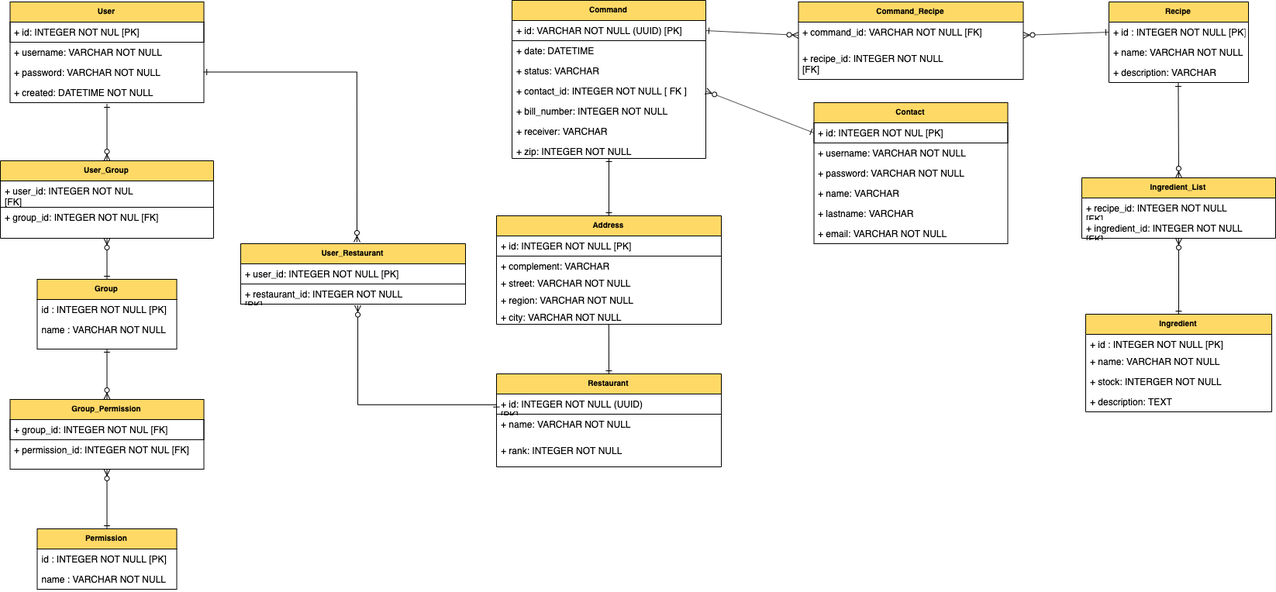
The draw.io diagram docs/physical data model/physical data model pizzeria.png in ritchy7/cosotespi, before a commit. Source tidied: cells renumbered, new cells last; positions are measured from the earlier drawing's top-left corner, leaving out a move shared by most shapes.
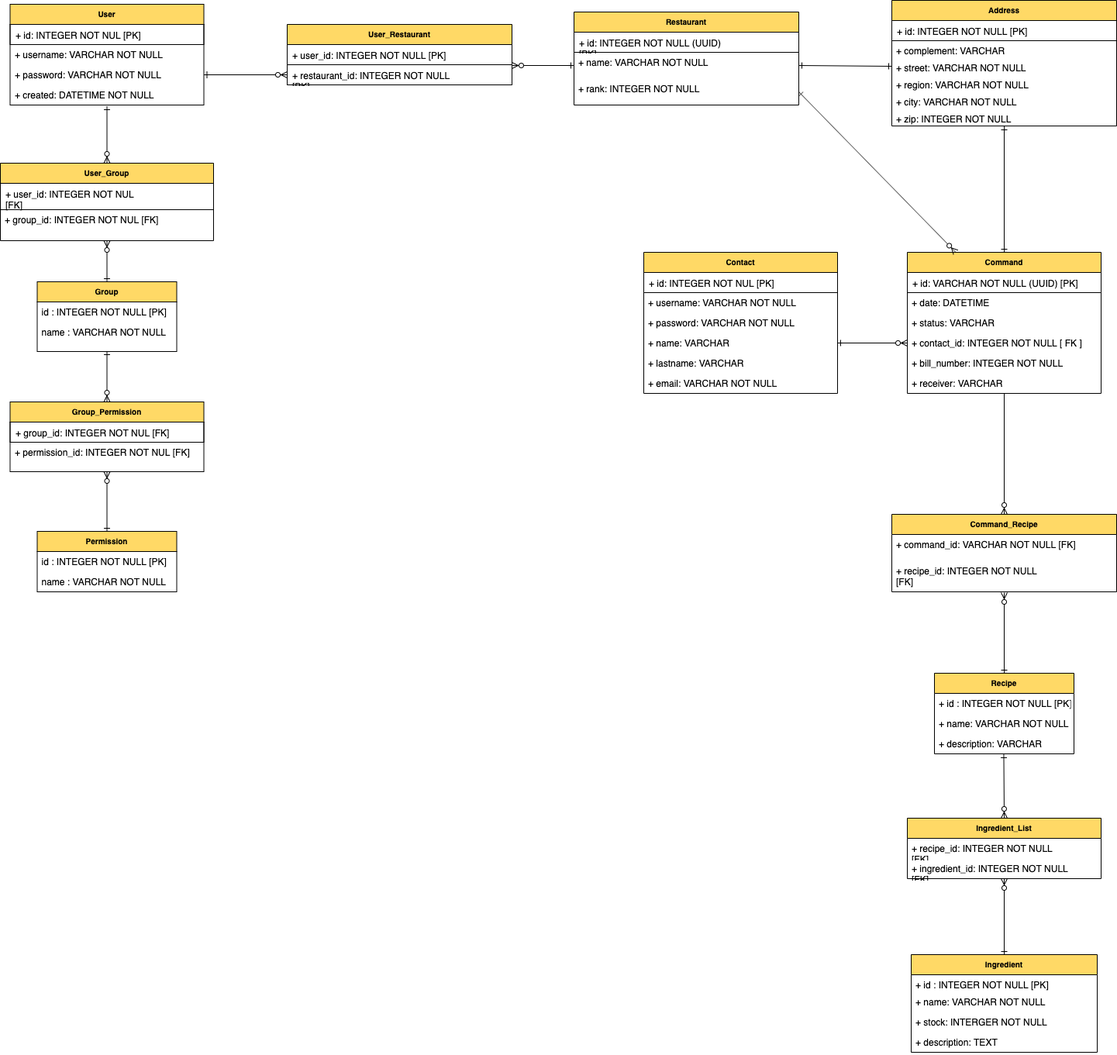
The same diagram one commit later.

The edit, as a diff of the source:
```diff
@@ -20,10 +20,10 @@
     <mxCell id="7" style="edgeStyle=none;rounded=0;jettySize=auto;html=1;startArrow=ERone;startFill=0;endArrow=ERzeroToMany;endFill=1;" parent="1" edge="1" source="10" target="15">
       <mxGeometry relative="1" as="geometry" />
     </mxCell>
-    <mxCell id="8" style="edgeStyle=none;rounded=0;jettySize=auto;html=1;entryX=1;entryY=0.5;entryDx=0;entryDy=0;startArrow=ERone;startFill=0;endArrow=ERzeroToMany;endFill=1;exitX=0;exitY=0.5;exitDx=0;exitDy=0;" parent="1" edge="1" source="38" target="35">
+    <mxCell id="8" style="edgeStyle=none;rounded=0;jettySize=auto;html=1;entryX=0.5;entryY=1.025;entryDx=0;entryDy=0;startArrow=ERone;startFill=0;endArrow=ERzeroToMany;endFill=1;exitX=0.5;exitY=0;exitDx=0;exitDy=0;entryPerimeter=0;" parent="1" edge="1" source="37" target="36">
       <mxGeometry relative="1" as="geometry" />
     </mxCell>
-    <mxCell id="9" style="edgeStyle=none;rounded=0;jettySize=auto;html=1;entryX=0;entryY=0.5;entryDx=0;entryDy=0;startArrow=ERone;startFill=0;endArrow=ERzeroToMany;endFill=1;exitX=1;exitY=0.5;exitDx=0;exitDy=0;" parent="1" edge="1" source="50" target="35">
+    <mxCell id="9" style="edgeStyle=none;rounded=0;jettySize=auto;html=1;entryX=0.5;entryY=0;entryDx=0;entryDy=0;startArrow=ERone;startFill=0;endArrow=ERzeroToMany;endFill=1;exitX=0.5;exitY=1.045;exitDx=0;exitDy=0;exitPerimeter=0;" parent="1" edge="1" source="56" target="34">
       <mxGeometry relative="1" as="geometry" />
     </mxCell>
     <mxCell id="10" value="Permission" style="swimlane;fontStyle=1;horizontal=1;startSize=26;fillColor=#FFD966;swimlaneFillColor=#ffffff;align=center;fontSize=10;strokeColor=#000000;" parent="1" vertex="1">
@@ -78,7 +78,7 @@
       <mxGeometry y="104" width="250" height="26" as="geometry" />
     </mxCell>
     <mxCell id="27" value="Contact" style="swimlane;fontStyle=1;horizontal=1;startSize=26;fillColor=#FFD966;swimlaneFillColor=#ffffff;align=center;fontSize=10;strokeColor=#000000;" parent="1" vertex="1">
-      <mxGeometry x="1049.5" y="132" width="250" height="182" as="geometry" />
+      <mxGeometry x="830" y="322" width="250" height="182" as="geometry" />
     </mxCell>
     <mxCell id="28" value="+ id: INTEGER NOT NUL [PK]" style="text;html=1;strokeColor=#000000;fillColor=none;align=left;verticalAlign=top;spacingLeft=4;spacingRight=4;whiteSpace=wrap;overflow=hidden;points=[[0,0.5],[1,0.5]];portConstraint=eastwest;" parent="27" vertex="1">
       <mxGeometry y="26" width="250" height="26" as="geometry" />
@@ -99,7 +99,7 @@
       <mxGeometry y="156" width="250" height="26" as="geometry" />
     </mxCell>
     <mxCell id="34" value="Command_Recipe" style="swimlane;fontStyle=1;horizontal=1;startSize=26;fillColor=#FFD966;swimlaneFillColor=#ffffff;align=center;fontSize=10;strokeColor=#000000;" parent="1" vertex="1">
-      <mxGeometry x="1029.5" y="2" width="290" height="100" as="geometry" />
+      <mxGeometry x="1150" y="660" width="290" height="100" as="geometry" />
     </mxCell>
     <mxCell id="35" value="+ command_id: VARCHAR NOT NULL [FK]" style="text;html=1;strokeColor=none;fillColor=none;align=left;verticalAlign=top;spacingLeft=4;spacingRight=4;whiteSpace=wrap;overflow=hidden;points=[[0,0.5],[1,0.5]];portConstraint=eastwest;" parent="34" vertex="1">
       <mxGeometry y="26" width="290" height="34" as="geometry" />
@@ -108,7 +108,7 @@
       <mxGeometry y="60" width="290" height="40" as="geometry" />
     </mxCell>
     <mxCell id="37" value="Recipe" style="swimlane;fontStyle=1;horizontal=1;startSize=26;fillColor=#FFD966;swimlaneFillColor=#ffffff;align=center;fontSize=10;strokeColor=#000000;" parent="1" vertex="1">
-      <mxGeometry x="1430" y="2" width="180" height="104" as="geometry" />
+      <mxGeometry x="1205" y="865" width="180" height="104" as="geometry" />
     </mxCell>
     <mxCell id="38" value="+ id : INTEGER NOT NULL [PK]" style="text;strokeColor=none;fillColor=none;spacingLeft=4;spacingRight=4;overflow=hidden;points=[[0,0.5],[1,0.5]];portConstraint=eastwest;fontSize=12;" parent="37" vertex="1">
       <mxGeometry y="26" width="180" height="26" as="geometry" />
@@ -120,7 +120,7 @@
       <mxGeometry y="78" width="180" height="26" as="geometry" />
     </mxCell>
     <mxCell id="41" value="Ingredient_List" style="swimlane;fontStyle=1;horizontal=1;startSize=26;fillColor=#FFD966;swimlaneFillColor=#ffffff;align=center;fontSize=10;strokeColor=#000000;" parent="1" vertex="1">
-      <mxGeometry x="1395" y="229" width="250" height="78" as="geometry" />
+      <mxGeometry x="1170" y="1052" width="250" height="78" as="geometry" />
     </mxCell>
     <mxCell id="42" value="+ recipe_id: INTEGER NOT NULL [FK]" style="text;html=1;strokeColor=none;fillColor=none;align=left;verticalAlign=top;spacingLeft=4;spacingRight=4;whiteSpace=wrap;overflow=hidden;" parent="41" vertex="1">
       <mxGeometry y="26" width="250" height="26" as="geometry" />
@@ -129,7 +129,7 @@
       <mxGeometry y="52" width="250" height="26" as="geometry" />
     </mxCell>
     <mxCell id="44" value="Ingredient" style="swimlane;fontStyle=1;horizontal=1;startSize=26;fillColor=#FFD966;swimlaneFillColor=#ffffff;align=center;fontSize=10;strokeColor=#000000;" parent="1" vertex="1">
-      <mxGeometry x="1400" y="405" width="240" height="126" as="geometry" />
+      <mxGeometry x="1175" y="1228" width="240" height="126" as="geometry" />
     </mxCell>
     <mxCell id="45" value="+ id : INTEGER NOT NULL [PK]" style="text;strokeColor=none;fillColor=none;spacingLeft=4;spacingRight=4;overflow=hidden;fontSize=12;" parent="44" vertex="1">
       <mxGeometry y="26" width="240" height="22" as="geometry" />
@@ -144,7 +144,7 @@
       <mxGeometry y="100" width="240" height="26" as="geometry" />
     </mxCell>
     <mxCell id="49" value="Command" style="swimlane;fontStyle=1;horizontal=1;startSize=26;fillColor=#FFD966;swimlaneFillColor=#ffffff;align=center;fontSize=10;strokeColor=#000000;" parent="1" vertex="1">
-      <mxGeometry x="660" width="250" height="204" as="geometry" />
+      <mxGeometry x="1170" y="322" width="250" height="182" as="geometry" />
     </mxCell>
     <mxCell id="50" value="+ id: VARCHAR NOT NULL (UUID) [PK]" style="text;html=1;strokeColor=#000000;fillColor=none;align=left;verticalAlign=top;spacingLeft=4;spacingRight=4;whiteSpace=wrap;overflow=hidden;points=[[0,0.5],[1,0.5]];portConstraint=eastwest;" parent="49" vertex="1">
       <mxGeometry y="26" width="250" height="26" as="geometry" />
@@ -164,17 +164,14 @@
     <mxCell id="55" value="+ receiver: VARCHAR&amp;nbsp;" style="text;html=1;strokeColor=none;fillColor=none;align=left;verticalAlign=top;spacingLeft=4;spacingRight=4;whiteSpace=wrap;overflow=hidden;" parent="49" vertex="1">
       <mxGeometry y="156" width="250" height="26" as="geometry" />
     </mxCell>
-    <mxCell id="56" value="+ zip: INTEGER NOT NULL" style="text;html=1;strokeColor=none;fillColor=none;align=left;verticalAlign=top;spacingLeft=4;spacingRight=4;whiteSpace=wrap;overflow=hidden;points=[[0,0.5],[1,0.5]];portConstraint=eastwest;" parent="49" vertex="1">
-      <mxGeometry y="182" width="250" height="22" as="geometry" />
-    </mxCell>
-    <mxCell id="57" style="rounded=0;jettySize=auto;html=1;entryX=1;entryY=0.5;entryDx=0;entryDy=0;endArrow=ERzeroToMany;endFill=1;startArrow=ERone;startFill=0;exitX=0;exitY=0.5;exitDx=0;exitDy=0;" parent="1" edge="1" source="28" target="53">
+    <mxCell id="57" style="rounded=0;jettySize=auto;html=1;entryX=0;entryY=0.5;entryDx=0;entryDy=0;endArrow=ERzeroToMany;endFill=1;startArrow=ERone;startFill=0;exitX=1;exitY=0.5;exitDx=0;exitDy=0;" parent="1" edge="1" source="31" target="53">
       <mxGeometry relative="1" as="geometry" />
     </mxCell>
-    <mxCell id="58" style="edgeStyle=none;rounded=0;jettySize=auto;html=1;exitX=0.5;exitY=0;exitDx=0;exitDy=0;entryX=0.499;entryY=1.09;entryDx=0;entryDy=0;entryPerimeter=0;startArrow=ERone;startFill=0;endArrow=ERone;endFill=0;" parent="1" edge="1" source="59" target="65">
+    <mxCell id="58" style="edgeStyle=none;rounded=0;jettySize=auto;html=1;exitX=1;exitY=0.5;exitDx=0;exitDy=0;entryX=0;entryY=0.5;entryDx=0;entryDy=0;startArrow=ERone;startFill=0;endArrow=ERone;endFill=0;" parent="1" edge="1" source="61" target="67">
       <mxGeometry relative="1" as="geometry" />
     </mxCell>
     <mxCell id="59" value="Restaurant" style="swimlane;fontStyle=1;horizontal=1;startSize=26;fillColor=#FFD966;swimlaneFillColor=#ffffff;align=center;fontSize=10;strokeColor=#000000;" parent="1" vertex="1">
-      <mxGeometry x="640" y="482" width="290" height="120" as="geometry" />
+      <mxGeometry x="740" y="12" width="290" height="120" as="geometry" />
     </mxCell>
     <mxCell id="60" value="+ id: INTEGER NOT NULL (UUID) [PK]" style="text;html=1;strokeColor=#000000;fillColor=none;align=left;verticalAlign=top;spacingLeft=4;spacingRight=4;whiteSpace=wrap;overflow=hidden;points=[[0,0.5],[1,0.5]];portConstraint=eastwest;" parent="59" vertex="1">
       <mxGeometry y="26" width="290" height="26" as="geometry" />
@@ -185,11 +182,11 @@
     <mxCell id="62" value="+ rank: INTEGER NOT NULL" style="text;html=1;strokeColor=none;fillColor=none;align=left;verticalAlign=top;spacingLeft=4;spacingRight=4;whiteSpace=wrap;overflow=hidden;points=[[0,0.5],[1,0.5]];portConstraint=eastwest;" parent="59" vertex="1">
       <mxGeometry y="86" width="290" height="34" as="geometry" />
     </mxCell>
-    <mxCell id="63" style="edgeStyle=none;rounded=0;jettySize=auto;html=1;exitX=0.5;exitY=0;exitDx=0;exitDy=0;startArrow=ERone;startFill=0;endArrow=ERone;endFill=0;" parent="1" edge="1" source="64" target="56">
+    <mxCell id="63" style="edgeStyle=none;rounded=0;jettySize=auto;html=1;startArrow=ERone;startFill=0;endArrow=ERone;endFill=0;entryX=0.5;entryY=0;entryDx=0;entryDy=0;" parent="1" edge="1" source="69" target="49">
       <mxGeometry relative="1" as="geometry" />
     </mxCell>
     <mxCell id="64" value="Address" style="swimlane;fontStyle=1;horizontal=1;startSize=26;fillColor=#FFD966;swimlaneFillColor=#ffffff;align=center;fontSize=10;strokeColor=#000000;" parent="1" vertex="1">
-      <mxGeometry x="640" y="278" width="290" height="140" as="geometry" />
+      <mxGeometry x="1150" y="-3" width="290" height="162" as="geometry" />
     </mxCell>
     <mxCell id="65" value="+ id: INTEGER NOT NULL [PK]" style="text;html=1;strokeColor=#000000;fillColor=none;align=left;verticalAlign=top;spacingLeft=4;spacingRight=4;whiteSpace=wrap;overflow=hidden;points=[[0,0.5],[1,0.5]];portConstraint=eastwest;" parent="64" vertex="1">
       <mxGeometry y="26" width="290" height="26" as="geometry" />
@@ -206,11 +203,14 @@
     <mxCell id="69" value="+ city: VARCHAR NOT NULL" style="text;html=1;strokeColor=none;fillColor=none;align=left;verticalAlign=top;spacingLeft=4;spacingRight=4;whiteSpace=wrap;overflow=hidden;points=[[0,0.5],[1,0.5]];portConstraint=eastwest;" parent="64" vertex="1">
       <mxGeometry y="118" width="290" height="22" as="geometry" />
     </mxCell>
+    <mxCell id="56" value="+ zip: INTEGER NOT NULL" style="text;html=1;strokeColor=none;fillColor=none;align=left;verticalAlign=top;spacingLeft=4;spacingRight=4;whiteSpace=wrap;overflow=hidden;points=[[0,0.5],[1,0.5]];portConstraint=eastwest;" parent="64" vertex="1">
+      <mxGeometry y="140" width="290" height="22" as="geometry" />
+    </mxCell>
     <mxCell id="70" style="edgeStyle=none;rounded=0;orthogonalLoop=1;jettySize=auto;html=1;exitX=0.5;exitY=0;exitDx=0;exitDy=0;startArrow=ERone;startFill=0;endArrow=ERone;endFill=0;" parent="1" edge="1" source="27" target="27">
       <mxGeometry relative="1" as="geometry" />
     </mxCell>
     <mxCell id="71" value="User_Restaurant" style="swimlane;fontStyle=1;horizontal=1;startSize=26;fillColor=#FFD966;swimlaneFillColor=#ffffff;align=center;fontSize=10;strokeColor=#000000;" parent="1" vertex="1">
-      <mxGeometry x="310" y="314" width="290" height="78" as="geometry" />
+      <mxGeometry x="370" y="28" width="290" height="78" as="geometry" />
     </mxCell>
     <mxCell id="72" value="+ user_id: INTEGER NOT NULL [PK]" style="text;html=1;strokeColor=#000000;fillColor=none;align=left;verticalAlign=top;spacingLeft=4;spacingRight=4;whiteSpace=wrap;overflow=hidden;" parent="71" vertex="1">
       <mxGeometry y="26" width="290" height="26" as="geometry" />
@@ -218,17 +218,14 @@
     <mxCell id="73" value="+ restaurant_id: INTEGER NOT NULL [PK]" style="text;html=1;strokeColor=#000000;fillColor=none;align=left;verticalAlign=top;spacingLeft=4;spacingRight=4;whiteSpace=wrap;overflow=hidden;points=[[0,0.5],[1,0.5]];portConstraint=eastwest;" parent="71" vertex="1">
       <mxGeometry y="52" width="290" height="26" as="geometry" />
     </mxCell>
-    <mxCell id="74" style="edgeStyle=orthogonalEdgeStyle;rounded=0;jettySize=auto;html=1;exitX=1;exitY=0.5;exitDx=0;exitDy=0;startArrow=ERone;startFill=0;endArrow=ERzeroToMany;endFill=1;" parent="1" edge="1" source="25">
-      <mxGeometry relative="1" as="geometry">
-        <mxPoint x="460" y="312" as="targetPoint" />
-      </mxGeometry>
+    <mxCell id="74" style="rounded=0;jettySize=auto;html=1;exitX=1;exitY=0.5;exitDx=0;exitDy=0;startArrow=ERone;startFill=0;endArrow=ERzeroToMany;endFill=1;entryX=0;entryY=0.5;entryDx=0;entryDy=0;" parent="1" edge="1" source="25" target="73">
+      <mxGeometry relative="1" as="geometry" />
     </mxCell>
-    <mxCell id="75" style="edgeStyle=orthogonalEdgeStyle;rounded=0;jettySize=auto;html=1;exitX=0;exitY=0.5;exitDx=0;exitDy=0;startArrow=ERone;startFill=0;endArrow=ERzeroToMany;endFill=1;entryX=0.521;entryY=1.05;entryDx=0;entryDy=0;entryPerimeter=0;" parent="1" edge="1" source="60" target="73">
-      <mxGeometry relative="1" as="geometry">
-        <Array as="points">
-          <mxPoint x="461" y="522" />
-        </Array>
-      </mxGeometry>
+    <mxCell id="75" style="rounded=0;jettySize=auto;html=1;exitX=0;exitY=0.5;exitDx=0;exitDy=0;startArrow=ERone;startFill=0;endArrow=ERzeroToMany;endFill=1;entryX=1;entryY=0.038;entryDx=0;entryDy=0;entryPerimeter=0;" parent="1" edge="1" source="61" target="73">
+      <mxGeometry relative="1" as="geometry" />
     </mxCell>
+    <mxCell id="76" style="edgeStyle=none;rounded=0;jettySize=auto;html=1;exitX=1;exitY=0.5;exitDx=0;exitDy=0;entryX=0.25;entryY=0;entryDx=0;entryDy=0;endArrow=ERzeroToMany;endFill=1;startArrow=ERone;startFill=0;" parent="1" edge="1" source="62" target="49">
+      <mxGeometry relative="1" as="geometry" />
+    </mxCell>
   </root>
 </mxGraphModel>
```
